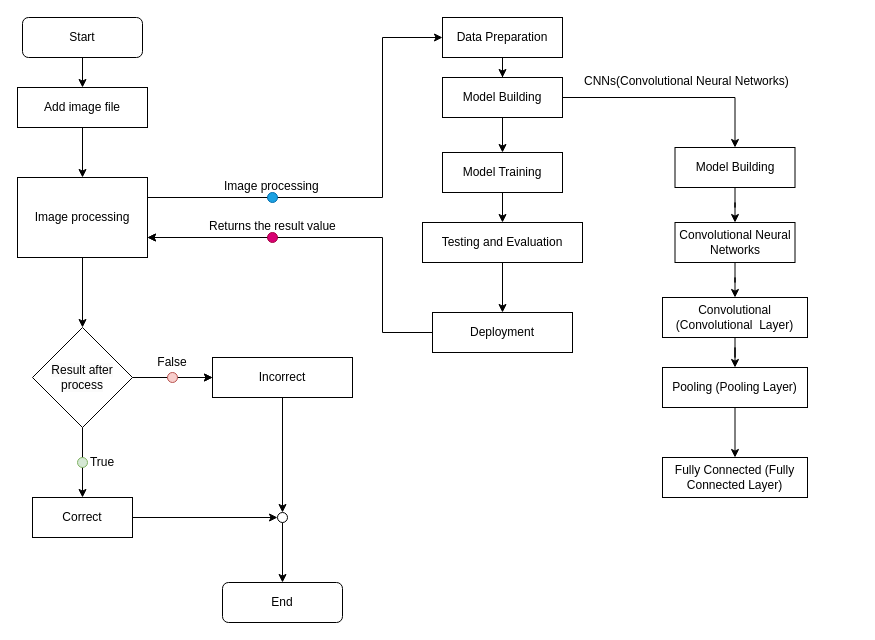
This is NSC_Model.drawio from Nuttph/KUSRC.NSC-2024, a draw.io file, before an edit. Source tidied: cells renumbered, new cells numbered last; positions are measured from the earlier drawing's top-left corner, leaving out a move shared by most shapes. Both pictures are drawn from the tidied source at 100%, with x=0, y=0 at pixel (17, 17).
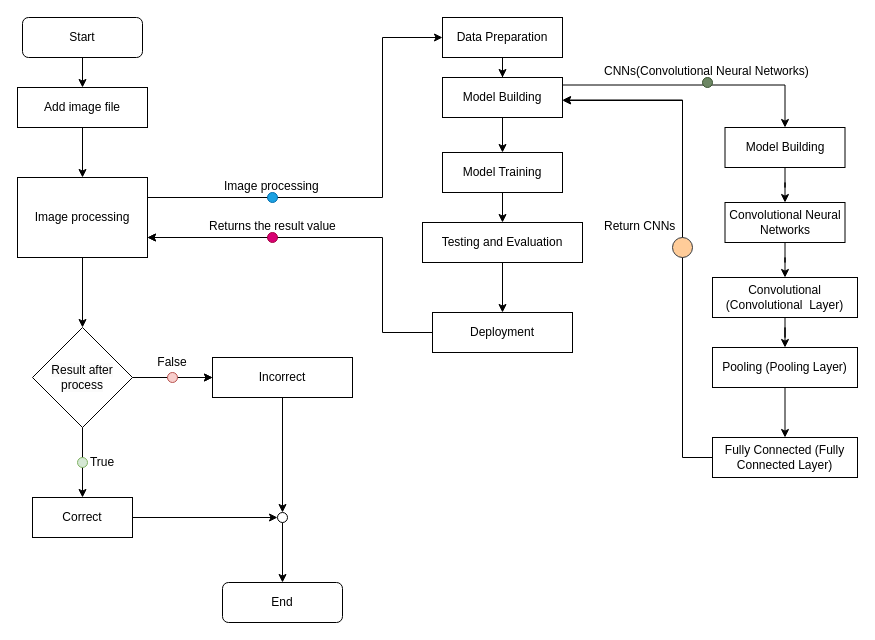
After the change.

The change refers to these unchanged cells:
```xml
<mxCell id="22" value="Model Building" style="rounded=0;whiteSpace=wrap;html=1;" parent="1" vertex="1">
  <mxGeometry x="425" y="60" width="120" height="40" as="geometry" />
</mxCell>
<mxCell id="49" value="&lt;div style=&quot;text-align: start;&quot;&gt;&lt;br&gt;&lt;/div&gt;" style="text;whiteSpace=wrap;html=1;" parent="1" vertex="1">
  <mxGeometry x="545" y="60" width="100" height="30" as="geometry" />
</mxCell>
```

The edit, as a diff of the source:
```diff
@@
-    <mxCell id="21" style="edgeStyle=orthogonalEdgeStyle;rounded=0;jettySize=auto;html=1;entryX=0.5;entryY=0;entryDx=0;entryDy=0;" parent="1" edge="1" source="22" target="32">
+    <mxCell id="21" style="edgeStyle=orthogonalEdgeStyle;rounded=0;jettySize=auto;html=1;entryX=0.5;entryY=0;entryDx=0;entryDy=0;exitX=0;exitY=0.25;exitDx=0;exitDy=0;" parent="1" edge="1" source="49" target="32">
       <mxGeometry relative="1" as="geometry">
         <Array as="points">
-          <mxPoint x="718" y="80" />
+          <mxPoint x="768" y="68" />
+          <mxPoint x="768" y="110" />
         </Array>
       </mxGeometry>
     </mxCell>
@@
     <mxCell id="32" value="Model Building" style="rounded=0;whiteSpace=wrap;html=1;" parent="1" vertex="1">
-      <mxGeometry x="657.5" y="130" width="120" height="40" as="geometry" />
+      <mxGeometry x="707.5" y="110" width="120" height="40" as="geometry" />
     </mxCell>
@@
     <mxCell id="34" value="Convolutional Neural Networks" style="rounded=0;whiteSpace=wrap;html=1;" parent="1" vertex="1">
-      <mxGeometry x="657.5" y="205" width="120" height="40" as="geometry" />
+      <mxGeometry x="707.5" y="185" width="120" height="40" as="geometry" />
     </mxCell>
@@
     <mxCell id="36" value="Convolutional (Convolutional&amp;nbsp; Layer)" style="rounded=0;whiteSpace=wrap;html=1;" parent="1" vertex="1">
-      <mxGeometry x="645" y="280" width="145" height="40" as="geometry" />
+      <mxGeometry x="695" y="260" width="145" height="40" as="geometry" />
     </mxCell>
@@
     <mxCell id="38" value="Pooling (Pooling Layer)" style="rounded=0;whiteSpace=wrap;html=1;" parent="1" vertex="1">
-      <mxGeometry x="645" y="350" width="145" height="40" as="geometry" />
+      <mxGeometry x="695" y="330" width="145" height="40" as="geometry" />
     </mxCell>
+    <mxCell id="51" style="edgeStyle=orthogonalEdgeStyle;rounded=0;jettySize=auto;html=1;entryX=0;entryY=0.75;entryDx=0;entryDy=0;" parent="1" edge="1" source="55" target="49">
+      <mxGeometry relative="1" as="geometry">
+        <Array as="points">
+          <mxPoint x="665" y="83" />
+        </Array>
+      </mxGeometry>
+    </mxCell>
     <mxCell id="39" value="Fully Connected (Fully Connected Layer)" style="rounded=0;whiteSpace=wrap;html=1;" parent="1" vertex="1">
-      <mxGeometry x="645" y="440" width="145" height="40" as="geometry" />
+      <mxGeometry x="695" y="420" width="145" height="40" as="geometry" />
     </mxCell>
@@
     <mxCell id="50" value="&lt;div style=&quot;text-align: center;&quot;&gt;CNNs(Convolutional Neural Networks)&lt;/div&gt;" style="text;whiteSpace=wrap;html=1;" parent="1" vertex="1">
-      <mxGeometry x="565" y="50" width="240" height="30" as="geometry" />
+      <mxGeometry x="585" y="40" width="240" height="30" as="geometry" />
     </mxCell>
+    <mxCell id="52" value="&lt;div style=&quot;text-align: center;&quot;&gt;Return CNNs&lt;/div&gt;" style="text;whiteSpace=wrap;html=1;rotation=0;" parent="1" vertex="1">
+      <mxGeometry x="585" y="195" width="80" height="30" as="geometry" />
+    </mxCell>
+    <mxCell id="53" style="ellipse;whiteSpace=wrap;html=1;fillColor=#6d8764;strokeColor=#3A5431;fontColor=#ffffff;" parent="1" vertex="1">
+      <mxGeometry x="685" y="60" width="10" height="10" as="geometry" />
+    </mxCell>
+    <mxCell id="54" style="edgeStyle=orthogonalEdgeStyle;rounded=0;jettySize=auto;html=1;" parent="1" edge="1" source="39">
+      <mxGeometry relative="1" as="geometry">
+        <mxPoint x="545" y="83" as="targetPoint" />
+        <Array as="points">
+          <mxPoint x="665" y="440" />
+          <mxPoint x="665" y="83" />
+        </Array>
+      </mxGeometry>
+    </mxCell>
+    <mxCell id="55" style="ellipse;whiteSpace=wrap;html=1;fillColor=#ffcc99;strokeColor=#36393d;" parent="1" vertex="1">
+      <mxGeometry x="655" y="220" width="20" height="20" as="geometry" />
+    </mxCell>
```
